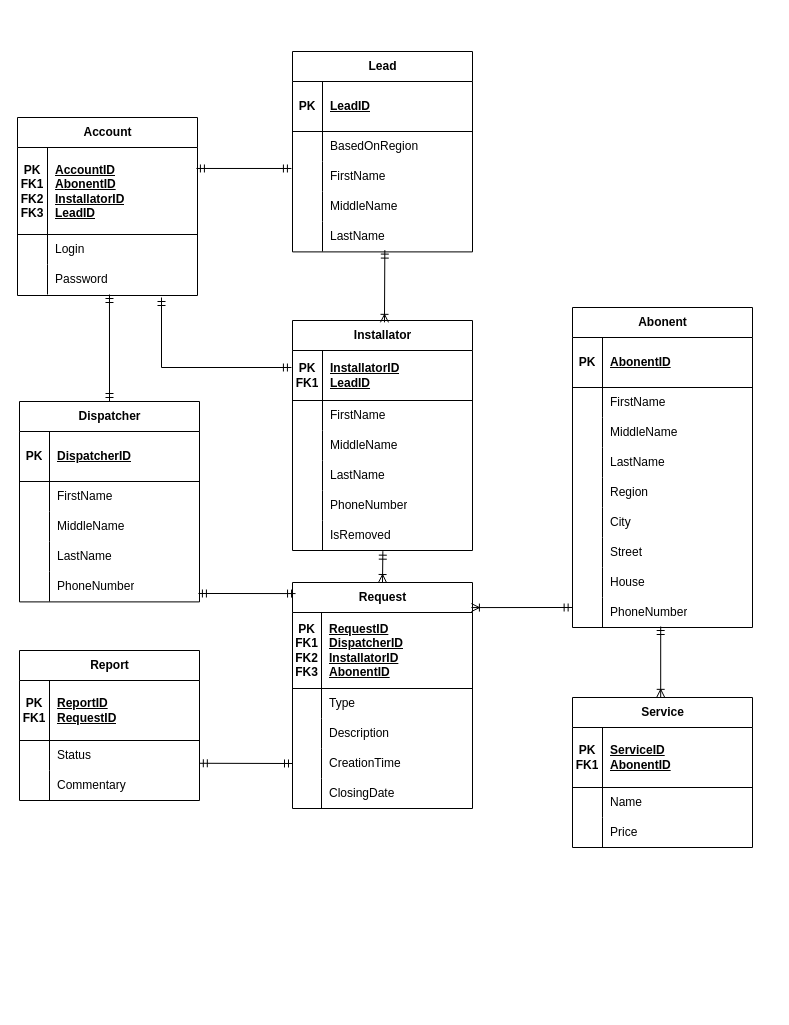
Above: Диаграммы/ER.drawio in LavruhinMax/Diplom (draw.io), before the change. Source tidied: cells renumbered, new cells numbered last; positions are measured from the earlier drawing's top-left corner, leaving out a move shared by most shapes. Both pictures are drawn from the tidied source at 100%, with x=0, y=0 at pixel (17, 51).
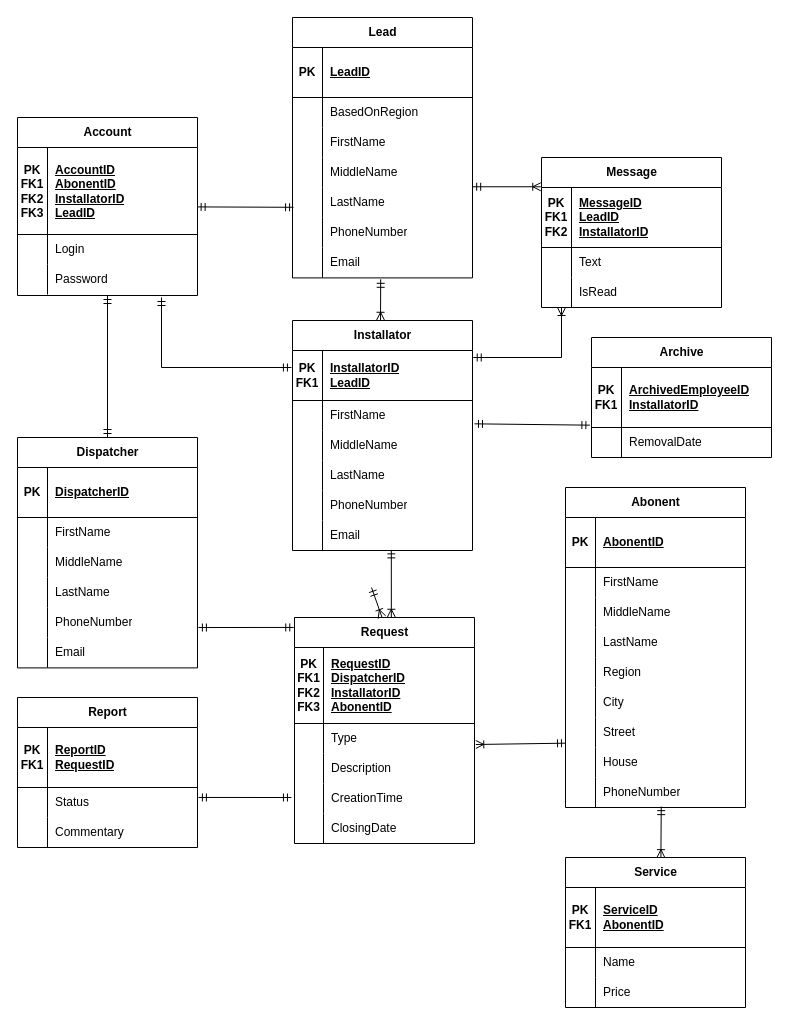
The same diagram, later.

Unchanged cells that the change refers to:
```xml
<mxCell id="21" style="shape=tableRow;horizontal=0;startSize=0;swimlaneHead=0;swimlaneBody=0;fillColor=none;points=[[0,0.5],[1,0.5]];portConstraint=eastwest;top=0;left=0;right=0;bottom=0;" parent="2" vertex="1">
  <mxGeometry y="230" width="180" height="30" as="geometry" />
</mxCell>
<mxCell id="27" style="shape=tableRow;horizontal=0;startSize=0;swimlaneHead=0;swimlaneBody=0;fillColor=none;points=[[0,0.5],[1,0.5]];portConstraint=eastwest;top=0;left=0;right=0;bottom=0;" parent="2" vertex="1">
  <mxGeometry y="290" width="180" height="30" as="geometry" />
</mxCell>
<mxCell id="40" value="Installator" style="shape=table;startSize=30;childLayout=tableLayout;rowLines=0;fontStyle=1;align=center;html=1;" parent="1" vertex="1">
  <mxGeometry x="275" y="269" width="180" height="230" as="geometry" />
</mxCell>
<mxCell id="41" style="shape=tableRow;horizontal=0;startSize=0;swimlaneHead=0;swimlaneBody=0;fillColor=none;points=[[0,0.5],[1,0.5]];portConstraint=eastwest;top=0;left=0;right=0;bottom=1;" parent="40" vertex="1">
  <mxGeometry y="30" width="180" height="50" as="geometry" />
</mxCell>
<mxCell id="44" style="shape=tableRow;horizontal=0;startSize=0;swimlaneHead=0;swimlaneBody=0;fillColor=none;points=[[0,0.5],[1,0.5]];portConstraint=eastwest;top=0;left=0;right=0;bottom=0;" parent="40" vertex="1">
  <mxGeometry y="80" width="180" height="30" as="geometry" />
</mxCell>
<mxCell id="66" style="shape=tableRow;horizontal=0;startSize=0;swimlaneHead=0;swimlaneBody=0;fillColor=none;points=[[0,0.5],[1,0.5]];portConstraint=eastwest;top=0;left=0;right=0;bottom=0;" parent="59" vertex="1">
  <mxGeometry y="110" width="180" height="30" as="geometry" />
</mxCell>
<mxCell id="69" style="shape=tableRow;horizontal=0;startSize=0;swimlaneHead=0;swimlaneBody=0;fillColor=none;points=[[0,0.5],[1,0.5]];portConstraint=eastwest;top=0;left=0;right=0;bottom=0;" parent="59" vertex="1">
  <mxGeometry y="140" width="180" height="30" as="geometry" />
</mxCell>
<mxCell id="72" style="shape=tableRow;horizontal=0;startSize=0;swimlaneHead=0;swimlaneBody=0;fillColor=none;points=[[0,0.5],[1,0.5]];portConstraint=eastwest;top=0;left=0;right=0;bottom=0;" parent="59" vertex="1">
  <mxGeometry y="170" width="180" height="30" as="geometry" />
</mxCell>
<mxCell id="75" value="Account" style="shape=table;startSize=30;childLayout=tableLayout;rowLines=0;fontStyle=1;align=center;html=1;" parent="1" vertex="1">
  <mxGeometry y="66" width="180" height="178" as="geometry" />
</mxCell>
<mxCell id="76" style="shape=tableRow;horizontal=0;startSize=0;swimlaneHead=0;swimlaneBody=0;fillColor=none;points=[[0,0.5],[1,0.5]];portConstraint=eastwest;top=0;left=0;right=0;bottom=1;" parent="75" vertex="1">
  <mxGeometry y="30" width="180" height="87" as="geometry" />
</mxCell>
<mxCell id="82" style="shape=tableRow;horizontal=0;startSize=0;swimlaneHead=0;swimlaneBody=0;fillColor=none;points=[[0,0.5],[1,0.5]];portConstraint=eastwest;top=0;left=0;right=0;bottom=0;" parent="75" vertex="1">
  <mxGeometry y="147" width="180" height="30" as="geometry" />
</mxCell>
<mxCell id="89" style="shape=tableRow;horizontal=0;startSize=0;swimlaneHead=0;swimlaneBody=0;fillColor=none;points=[[0,0.5],[1,0.5]];portConstraint=eastwest;top=0;left=0;right=0;bottom=0;" parent="85" vertex="1">
  <mxGeometry y="106" width="180" height="30" as="geometry" />
</mxCell>
<mxCell id="95" style="shape=tableRow;horizontal=0;startSize=0;swimlaneHead=0;swimlaneBody=0;fillColor=none;points=[[0,0.5],[1,0.5]];portConstraint=eastwest;top=0;left=0;right=0;bottom=0;" parent="85" vertex="1">
  <mxGeometry y="166" width="180" height="30" as="geometry" />
</mxCell>
<mxCell id="105" style="shape=tableRow;horizontal=0;startSize=0;swimlaneHead=0;swimlaneBody=0;fillColor=none;points=[[0,0.5],[1,0.5]];portConstraint=eastwest;top=0;left=0;right=0;bottom=0;" parent="101" vertex="1">
  <mxGeometry y="90" width="180" height="30" as="geometry" />
</mxCell>
<mxCell id="130" style="shape=tableRow;horizontal=0;startSize=0;swimlaneHead=0;swimlaneBody=0;fillColor=none;points=[[0,0.5],[1,0.5]];portConstraint=eastwest;top=0;left=0;right=0;bottom=0;" parent="117" vertex="1">
  <mxGeometry y="170" width="180" height="30" as="geometry" />
</mxCell>
```

What changed in the source:
```diff
@@
     <mxCell id="2" value="Abonent" style="shape=table;startSize=30;childLayout=tableLayout;rowLines=0;fontStyle=1;align=center;html=1;" parent="1" vertex="1">
-      <mxGeometry x="555" y="256" width="180" height="320" as="geometry" />
+      <mxGeometry x="548" y="436" width="180" height="320" as="geometry" />
     </mxCell>
@@
     <mxCell id="30" value="Service" style="shape=table;startSize=30;childLayout=tableLayout;rowLines=0;fontStyle=1;align=center;html=1;" parent="1" vertex="1">
-      <mxGeometry x="555" y="646" width="180" height="150" as="geometry" />
+      <mxGeometry x="548" y="806" width="180" height="150" as="geometry" />
     </mxCell>
@@
-    <mxCell id="56" style="shape=tableRow;horizontal=0;startSize=0;swimlaneHead=0;swimlaneBody=0;fillColor=none;points=[[0,0.5],[1,0.5]];portConstraint=eastwest;top=0;left=0;right=0;bottom=0;" parent="40" vertex="1">
-      <mxGeometry y="200" width="180" height="30" as="geometry" />
-    </mxCell>
-    <mxCell id="57" style="shape=partialRectangle;fillColor=none;top=0;left=0;bottom=0;right=0;overflow=hidden;whiteSpace=wrap;html=1;" parent="56" vertex="1">
-      <mxGeometry width="30" height="30" as="geometry" />
-    </mxCell>
-    <mxCell id="58" value="IsRemoved" style="shape=partialRectangle;fillColor=none;top=0;left=0;bottom=0;right=0;align=left;spacingLeft=6;overflow=hidden;whiteSpace=wrap;html=1;" parent="56" vertex="1">
-      <mxGeometry x="30" width="150" height="30" as="geometry" />
-    </mxCell>
+    <mxCell id="136" style="shape=tableRow;horizontal=0;startSize=0;swimlaneHead=0;swimlaneBody=0;fillColor=none;points=[[0,0.5],[1,0.5]];portConstraint=eastwest;top=0;left=0;right=0;bottom=0;" parent="40" vertex="1">
+      <mxGeometry y="200" width="180" height="30" as="geometry" />
+    </mxCell>
+    <mxCell id="137" style="shape=partialRectangle;fillColor=none;top=0;left=0;bottom=0;right=0;overflow=hidden;whiteSpace=wrap;html=1;" parent="136" vertex="1">
+      <mxGeometry width="30" height="30" as="geometry" />
+    </mxCell>
+    <mxCell id="138" value="Email" style="shape=partialRectangle;fillColor=none;top=0;left=0;bottom=0;right=0;align=left;spacingLeft=6;overflow=hidden;whiteSpace=wrap;html=1;" parent="136" vertex="1">
+      <mxGeometry x="30" width="150" height="30" as="geometry" />
+    </mxCell>
     <mxCell id="59" value="Lead" style="shape=table;startSize=30;childLayout=tableLayout;rowLines=0;fontStyle=1;align=center;html=1;" parent="1" vertex="1">
-      <mxGeometry x="275" width="180" height="200.4" as="geometry" />
+      <mxGeometry x="275" y="-34" width="180" height="260.4" as="geometry" />
     </mxCell>
@@
+    <mxCell id="139" style="shape=tableRow;horizontal=0;startSize=0;swimlaneHead=0;swimlaneBody=0;fillColor=none;top=0;left=0;right=0;bottom=0;" parent="59" vertex="1">
+      <mxGeometry y="200" width="180" height="30" as="geometry" />
+    </mxCell>
+    <mxCell id="140" style="shape=partialRectangle;fillColor=none;top=0;left=0;bottom=0;right=0;overflow=hidden;whiteSpace=wrap;html=1;" parent="139" vertex="1">
+      <mxGeometry width="30" height="30" as="geometry" />
+    </mxCell>
+    <mxCell id="141" value="PhoneNumber" style="shape=partialRectangle;fillColor=none;top=0;left=0;bottom=0;right=0;align=left;spacingLeft=6;overflow=hidden;whiteSpace=wrap;html=1;" parent="139" vertex="1">
+      <mxGeometry x="30" width="150" height="30" as="geometry" />
+    </mxCell>
+    <mxCell id="142" style="shape=tableRow;horizontal=0;startSize=0;swimlaneHead=0;swimlaneBody=0;fillColor=none;points=[[0,0.5],[1,0.5]];portConstraint=eastwest;top=0;left=0;right=0;bottom=0;" parent="59" vertex="1">
+      <mxGeometry y="230" width="180" height="30" as="geometry" />
+    </mxCell>
+    <mxCell id="143" style="shape=partialRectangle;fillColor=none;top=0;left=0;bottom=0;right=0;overflow=hidden;whiteSpace=wrap;html=1;" parent="142" vertex="1">
+      <mxGeometry width="30" height="30" as="geometry" />
+    </mxCell>
+    <mxCell id="144" value="Email" style="shape=partialRectangle;fillColor=none;top=0;left=0;bottom=0;right=0;align=left;spacingLeft=6;overflow=hidden;whiteSpace=wrap;html=1;" parent="142" vertex="1">
+      <mxGeometry x="30" width="150" height="30" as="geometry" />
+    </mxCell>
@@
     <mxCell id="85" value="Request" style="shape=table;startSize=30;childLayout=tableLayout;rowLines=0;fontStyle=1;align=center;html=1;" parent="1" vertex="1">
-      <mxGeometry x="275" y="531" width="180" height="226" as="geometry" />
+      <mxGeometry x="277" y="566" width="180" height="226" as="geometry" />
     </mxCell>
@@
     <mxCell id="101" value="Report" style="shape=table;startSize=30;childLayout=tableLayout;rowLines=0;fontStyle=1;align=center;html=1;" parent="1" vertex="1">
-      <mxGeometry x="2" y="599" width="180" height="150" as="geometry" />
+      <mxGeometry y="646" width="180" height="150" as="geometry" />
     </mxCell>
@@
-    <mxCell id="111" style="fontSize=12;html=1;endArrow=ERoneToMany;startArrow=ERmandOne;rounded=0;entryX=0.49;entryY=-0.001;entryDx=0;entryDy=0;entryPerimeter=0;exitX=0.49;exitY=0.967;exitDx=0;exitDy=0;exitPerimeter=0;" parent="1" edge="1" source="27" target="30">
+    <mxCell id="111" style="fontSize=12;html=1;endArrow=ERoneToMany;startArrow=ERmandOne;rounded=0;exitX=0.532;exitY=0.971;exitDx=0;exitDy=0;exitPerimeter=0;entryX=0.53;entryY=0.001;entryDx=0;entryDy=0;entryPerimeter=0;" parent="1" edge="1" source="27" target="30">
       <mxGeometry relative="1" as="geometry" />
     </mxCell>
-    <mxCell id="112" style="fontSize=12;html=1;endArrow=ERoneToMany;startArrow=ERmandOne;rounded=0;entryX=0.511;entryY=0.008;entryDx=0;entryDy=0;entryPerimeter=0;exitX=0.513;exitY=0.953;exitDx=0;exitDy=0;exitPerimeter=0;" parent="1" edge="1" source="72" target="40">
+    <mxCell id="112" style="fontSize=12;html=1;endArrow=ERoneToMany;startArrow=ERmandOne;rounded=0;entryX=0.489;entryY=-0.001;entryDx=0;entryDy=0;entryPerimeter=0;exitX=0.49;exitY=1.06;exitDx=0;exitDy=0;exitPerimeter=0;" parent="1" edge="1" source="142" target="40">
       <mxGeometry relative="1" as="geometry" />
     </mxCell>
-    <mxCell id="113" style="fontSize=12;html=1;endArrow=ERoneToMany;startArrow=ERmandOne;rounded=0;entryX=0.5;entryY=0;entryDx=0;entryDy=0;exitX=0.502;exitY=1.022;exitDx=0;exitDy=0;exitPerimeter=0;" parent="1" edge="1" source="56" target="85">
-      <mxGeometry relative="1" as="geometry" />
+    <mxCell id="113" style="fontSize=12;html=1;endArrow=ERoneToMany;startArrow=ERmandOne;rounded=0;entryX=0.486;entryY=-0.001;entryDx=0;entryDy=0;entryPerimeter=0;exitX=0.494;exitY=0.971;exitDx=0;exitDy=0;exitPerimeter=0;" parent="1" edge="1" target="85">
+      <mxGeometry relative="1" as="geometry">
+        <mxPoint x="354" y="536" as="sourcePoint" />
+      </mxGeometry>
     </mxCell>
-    <mxCell id="114" style="fontSize=12;html=1;endArrow=ERoneToMany;startArrow=ERmandOne;rounded=0;entryX=0.994;entryY=0.111;entryDx=0;entryDy=0;entryPerimeter=0;exitX=-0.002;exitY=0.333;exitDx=0;exitDy=0;exitPerimeter=0;" parent="1" edge="1" source="27" target="85">
+    <mxCell id="114" style="fontSize=12;html=1;endArrow=ERoneToMany;startArrow=ERmandOne;rounded=0;entryX=1.007;entryY=0.7;entryDx=0;entryDy=0;entryPerimeter=0;exitX=0;exitY=0.856;exitDx=0;exitDy=0;exitPerimeter=0;" parent="1" edge="1" source="21" target="89">
       <mxGeometry relative="1" as="geometry" />
     </mxCell>
-    <mxCell id="115" style="fontSize=12;html=1;endArrow=ERmandOne;startArrow=ERmandOne;rounded=0;startFill=0;endFill=0;exitX=0;exitY=0.5;exitDx=0;exitDy=0;entryX=0.999;entryY=0.759;entryDx=0;entryDy=0;entryPerimeter=0;" parent="1" edge="1" source="95" target="105">
+    <mxCell id="115" style="fontSize=12;html=1;endArrow=ERmandOne;startArrow=ERmandOne;rounded=0;startFill=0;endFill=0;entryX=1.005;entryY=0.332;entryDx=0;entryDy=0;entryPerimeter=0;exitX=-0.017;exitY=0.467;exitDx=0;exitDy=0;exitPerimeter=0;" parent="1" edge="1" source="95" target="105">
       <mxGeometry relative="1" as="geometry" />
     </mxCell>
-    <mxCell id="116" style="fontSize=12;html=1;endArrow=ERmandOne;startArrow=ERmandOne;rounded=0;startFill=0;endFill=0;entryX=0.994;entryY=0.733;entryDx=0;entryDy=0;entryPerimeter=0;exitX=0.017;exitY=0.049;exitDx=0;exitDy=0;exitPerimeter=0;" parent="1" edge="1" source="85" target="130">
+    <mxCell id="116" style="fontSize=12;html=1;endArrow=ERmandOne;startArrow=ERmandOne;rounded=0;startFill=0;endFill=0;entryX=1.005;entryY=0.668;entryDx=0;entryDy=0;entryPerimeter=0;exitX=-0.004;exitY=0.044;exitDx=0;exitDy=0;exitPerimeter=0;" parent="1" edge="1" source="85" target="130">
       <mxGeometry relative="1" as="geometry" />
     </mxCell>
     <mxCell id="117" value="Dispatcher" style="shape=table;startSize=30;childLayout=tableLayout;rowLines=0;fontStyle=1;align=center;html=1;" parent="1" vertex="1">
-      <mxGeometry x="2" y="350" width="180" height="200.4" as="geometry" />
+      <mxGeometry y="386" width="180" height="230.4" as="geometry" />
     </mxCell>
@@
+    <mxCell id="145" style="shape=tableRow;horizontal=0;startSize=0;swimlaneHead=0;swimlaneBody=0;fillColor=none;top=0;left=0;right=0;bottom=0;" parent="117" vertex="1">
+      <mxGeometry y="200" width="180" height="30" as="geometry" />
+    </mxCell>
+    <mxCell id="146" style="shape=partialRectangle;fillColor=none;top=0;left=0;bottom=0;right=0;overflow=hidden;whiteSpace=wrap;html=1;" parent="145" vertex="1">
+      <mxGeometry width="30" height="30" as="geometry" />
+    </mxCell>
+    <mxCell id="147" value="Email" style="shape=partialRectangle;fillColor=none;top=0;left=0;bottom=0;right=0;align=left;spacingLeft=6;overflow=hidden;whiteSpace=wrap;html=1;" parent="145" vertex="1">
+      <mxGeometry x="30" width="150" height="30" as="geometry" />
+    </mxCell>
-    <mxCell id="133" style="fontSize=12;html=1;endArrow=ERmandOne;startArrow=ERmandOne;rounded=0;exitX=-0.006;exitY=0.233;exitDx=0;exitDy=0;startFill=0;endFill=0;exitPerimeter=0;entryX=0.994;entryY=0.241;entryDx=0;entryDy=0;entryPerimeter=0;" parent="1" edge="1" source="66" target="76">
+    <mxCell id="133" style="fontSize=12;html=1;endArrow=ERmandOne;startArrow=ERmandOne;rounded=0;exitX=0.006;exitY=0.66;exitDx=0;exitDy=0;startFill=0;endFill=0;entryX=0.998;entryY=0.683;entryDx=0;entryDy=0;entryPerimeter=0;exitPerimeter=0;" parent="1" edge="1" source="72" target="76">
       <mxGeometry relative="1" as="geometry" />
     </mxCell>
-    <mxCell id="134" style="fontSize=12;html=1;endArrow=ERmandOne;startArrow=ERmandOne;rounded=0;exitX=0.511;exitY=1;exitDx=0;exitDy=0;startFill=0;endFill=0;exitPerimeter=0;entryX=0.5;entryY=0;entryDx=0;entryDy=0;" parent="1" edge="1" source="82" target="117">
+    <mxCell id="134" style="fontSize=12;html=1;endArrow=ERmandOne;startArrow=ERmandOne;rounded=0;startFill=0;endFill=0;entryX=0.5;entryY=0;entryDx=0;entryDy=0;exitX=0.5;exitY=1;exitDx=0;exitDy=0;" parent="1" edge="1" source="75" target="117">
       <mxGeometry relative="1" as="geometry" />
     </mxCell>
@@
+    <mxCell id="148" value="Message" style="shape=table;startSize=30;childLayout=tableLayout;rowLines=0;fontStyle=1;align=center;html=1;" parent="1" vertex="1">
+      <mxGeometry x="524" y="106" width="180" height="150" as="geometry" />
+    </mxCell>
+    <mxCell id="149" style="shape=tableRow;horizontal=0;startSize=0;swimlaneHead=0;swimlaneBody=0;fillColor=none;points=[[0,0.5],[1,0.5]];portConstraint=eastwest;top=0;left=0;right=0;bottom=1;" parent="148" vertex="1">
+      <mxGeometry y="30" width="180" height="60" as="geometry" />
+    </mxCell>
+    <mxCell id="150" value="PK&lt;div&gt;FK1&lt;/div&gt;&lt;div&gt;FK2&lt;/div&gt;" style="shape=partialRectangle;fillColor=none;top=0;left=0;bottom=0;right=0;fontStyle=1;overflow=hidden;whiteSpace=wrap;html=1;" parent="149" vertex="1">
+      <mxGeometry width="30" height="60" as="geometry" />
+    </mxCell>
+    <mxCell id="151" value="&lt;div&gt;MessageID&lt;/div&gt;&lt;div&gt;LeadID&lt;/div&gt;&lt;div&gt;InstallatorID&lt;/div&gt;" style="shape=partialRectangle;fillColor=none;top=0;left=0;bottom=0;right=0;align=left;spacingLeft=6;fontStyle=5;overflow=hidden;whiteSpace=wrap;html=1;" parent="149" vertex="1">
+      <mxGeometry x="30" width="150" height="60" as="geometry" />
+    </mxCell>
+    <mxCell id="152" style="shape=tableRow;horizontal=0;startSize=0;swimlaneHead=0;swimlaneBody=0;fillColor=none;top=0;left=0;right=0;bottom=0;" parent="148" vertex="1">
+      <mxGeometry y="90" width="180" height="30" as="geometry" />
+    </mxCell>
+    <mxCell id="153" style="shape=partialRectangle;fillColor=none;top=0;left=0;bottom=0;right=0;overflow=hidden;whiteSpace=wrap;html=1;" parent="152" vertex="1">
+      <mxGeometry width="30" height="30" as="geometry" />
+    </mxCell>
+    <mxCell id="154" value="Text" style="shape=partialRectangle;fillColor=none;top=0;left=0;bottom=0;right=0;align=left;spacingLeft=6;overflow=hidden;whiteSpace=wrap;html=1;" parent="152" vertex="1">
+      <mxGeometry x="30" width="150" height="30" as="geometry" />
+    </mxCell>
+    <mxCell id="155" style="shape=tableRow;horizontal=0;startSize=0;swimlaneHead=0;swimlaneBody=0;fillColor=none;top=0;left=0;right=0;bottom=0;" parent="148" vertex="1">
+      <mxGeometry y="120" width="180" height="30" as="geometry" />
+    </mxCell>
+    <mxCell id="156" style="shape=partialRectangle;fillColor=none;top=0;left=0;bottom=0;right=0;overflow=hidden;whiteSpace=wrap;html=1;" parent="155" vertex="1">
+      <mxGeometry width="30" height="30" as="geometry" />
+    </mxCell>
+    <mxCell id="157" value="IsRead" style="shape=partialRectangle;fillColor=none;top=0;left=0;bottom=0;right=0;align=left;spacingLeft=6;overflow=hidden;whiteSpace=wrap;html=1;" parent="155" vertex="1">
+      <mxGeometry x="30" width="150" height="30" as="geometry" />
+    </mxCell>
+    <mxCell id="158" style="fontSize=12;html=1;endArrow=ERoneToMany;startArrow=ERmandOne;rounded=0;exitX=1.004;exitY=0.14;exitDx=0;exitDy=0;exitPerimeter=0;" parent="1" edge="1" source="41">
+      <mxGeometry relative="1" as="geometry">
+        <mxPoint x="544" y="256" as="targetPoint" />
+        <Array as="points">
+          <mxPoint x="544" y="306" />
+        </Array>
+      </mxGeometry>
+    </mxCell>
+    <mxCell id="159" style="fontSize=12;html=1;endArrow=ERoneToMany;startArrow=ERmandOne;rounded=0;entryX=-0.004;entryY=-0.012;entryDx=0;entryDy=0;entryPerimeter=0;exitX=1.001;exitY=0.976;exitDx=0;exitDy=0;exitPerimeter=0;" parent="1" edge="1" source="69" target="149">
+      <mxGeometry relative="1" as="geometry" />
+    </mxCell>
+    <mxCell id="160" style="fontSize=12;html=1;endArrow=ERoneToMany;startArrow=ERmandOne;rounded=0;entryX=0.538;entryY=-0.001;entryDx=0;entryDy=0;entryPerimeter=0;exitX=0.549;exitY=0.979;exitDx=0;exitDy=0;exitPerimeter=0;" parent="1" edge="1" source="136" target="85">
+      <mxGeometry relative="1" as="geometry" />
+    </mxCell>
+    <mxCell id="161" value="Archive" style="shape=table;startSize=30;childLayout=tableLayout;rowLines=0;fontStyle=1;align=center;html=1;" parent="1" vertex="1">
+      <mxGeometry x="574" y="286" width="180" height="120" as="geometry" />
+    </mxCell>
+    <mxCell id="162" style="shape=tableRow;horizontal=0;startSize=0;swimlaneHead=0;swimlaneBody=0;fillColor=none;points=[[0,0.5],[1,0.5]];portConstraint=eastwest;top=0;left=0;right=0;bottom=1;" parent="161" vertex="1">
+      <mxGeometry y="30" width="180" height="60" as="geometry" />
+    </mxCell>
+    <mxCell id="163" value="PK&lt;div&gt;FK1&lt;/div&gt;" style="shape=partialRectangle;fillColor=none;top=0;left=0;bottom=0;right=0;fontStyle=1;overflow=hidden;whiteSpace=wrap;html=1;" parent="162" vertex="1">
+      <mxGeometry width="30" height="60" as="geometry" />
+    </mxCell>
+    <mxCell id="164" value="ArchivedEmployeeID&lt;div&gt;InstallatorID&lt;/div&gt;" style="shape=partialRectangle;fillColor=none;top=0;left=0;bottom=0;right=0;align=left;spacingLeft=6;fontStyle=5;overflow=hidden;whiteSpace=wrap;html=1;" parent="162" vertex="1">
+      <mxGeometry x="30" width="150" height="60" as="geometry" />
+    </mxCell>
+    <mxCell id="165" style="shape=tableRow;horizontal=0;startSize=0;swimlaneHead=0;swimlaneBody=0;fillColor=none;top=0;left=0;right=0;bottom=0;" parent="161" vertex="1">
+      <mxGeometry y="90" width="180" height="30" as="geometry" />
+    </mxCell>
+    <mxCell id="166" style="shape=partialRectangle;fillColor=none;top=0;left=0;bottom=0;right=0;overflow=hidden;whiteSpace=wrap;html=1;" parent="165" vertex="1">
+      <mxGeometry width="30" height="30" as="geometry" />
+    </mxCell>
+    <mxCell id="167" value="RemovalDate" style="shape=partialRectangle;fillColor=none;top=0;left=0;bottom=0;right=0;align=left;spacingLeft=6;overflow=hidden;whiteSpace=wrap;html=1;" parent="165" vertex="1">
+      <mxGeometry x="30" width="150" height="30" as="geometry" />
+    </mxCell>
+    <mxCell id="168" style="fontSize=12;html=1;endArrow=ERmandOne;startArrow=ERmandOne;rounded=0;entryX=1.011;entryY=0.778;entryDx=0;entryDy=0;entryPerimeter=0;exitX=-0.009;exitY=0.961;exitDx=0;exitDy=0;exitPerimeter=0;endFill=0;" parent="1" edge="1" source="162" target="44">
+      <mxGeometry relative="1" as="geometry" />
+    </mxCell>
```
